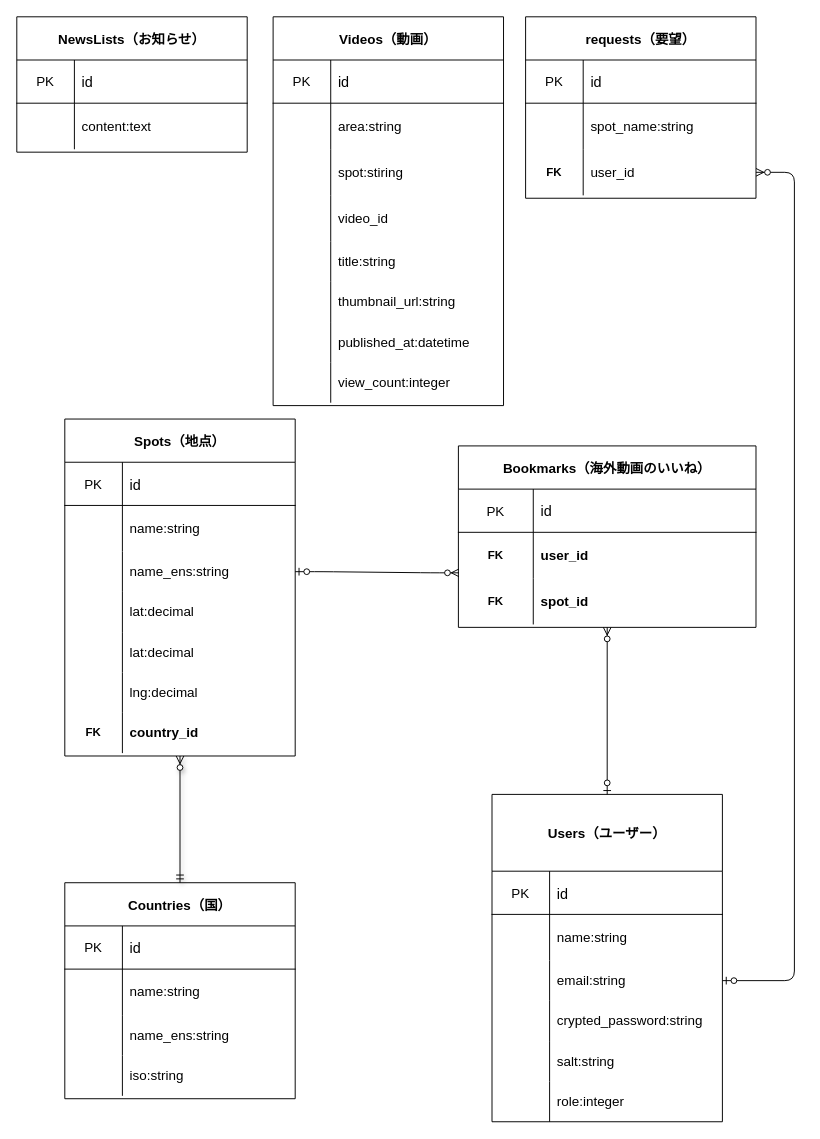
The draw.io diagram er.drawio in O-H-K-N/waik-tour-rails, before the edit. Source tidied: cells renumbered, new cells numbered last; positions are measured from the earlier drawing's top-left corner, leaving out a move shared by most shapes. Both pictures are drawn from the tidied source at 96%, with x=0, y=0 at pixel (16, 16).
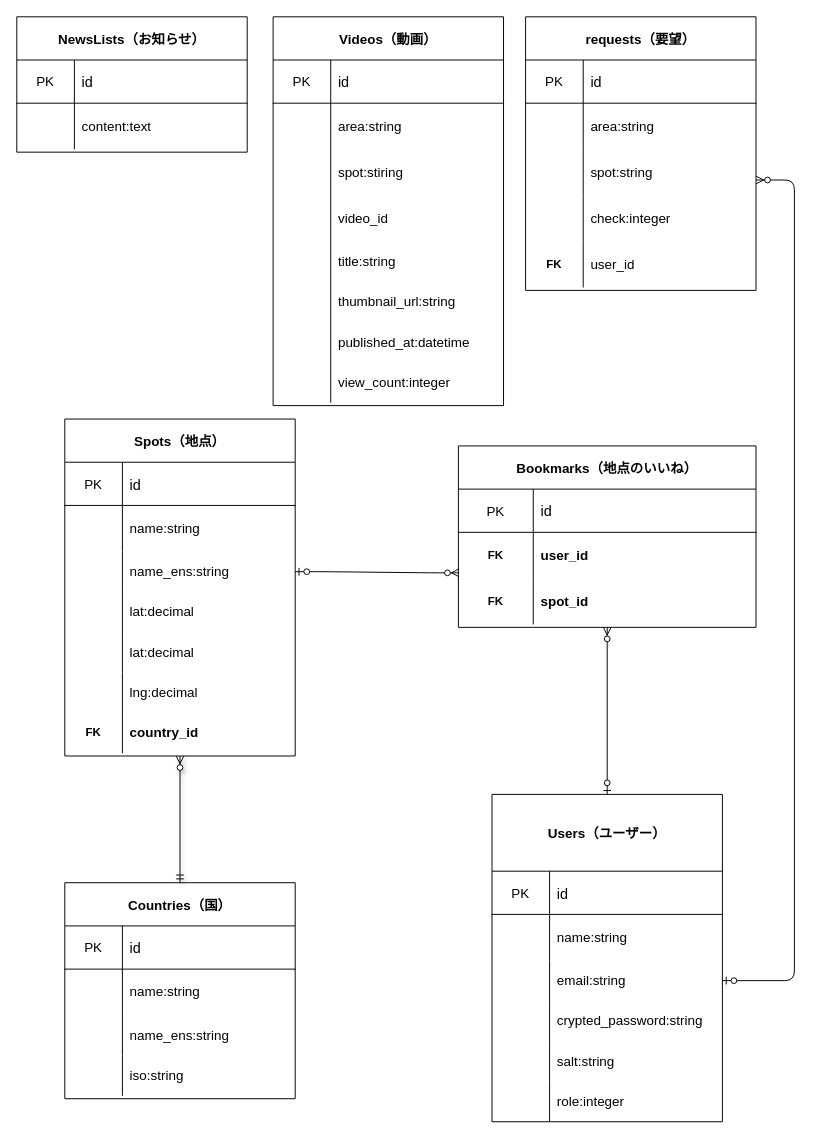
Above is the later version.

The change refers to these unchanged cells:
```xml
<mxCell id="9" style="shape=partialRectangle;html=1;whiteSpace=wrap;fillColor=none;top=0;left=0;bottom=0;right=0;points=[[0,0.5],[1,0.5]];portConstraint=eastwest;" parent="2" vertex="1">
  <mxGeometry y="173" width="240" height="42" as="geometry" />
</mxCell>
```

What changed in the source:
```diff
@@
-    <mxCell id="88" value="Bookmarks（海外動画のいいね）" style="shape=table;startSize=45;childLayout=tableLayout;rowLines=0;fontStyle=1;align=center;fontSize=14;strokeWidth=1;" parent="1" vertex="1">
+    <mxCell id="88" value="Bookmarks（地点のいいね）" style="shape=table;startSize=45;childLayout=tableLayout;rowLines=0;fontStyle=1;align=center;fontSize=14;strokeWidth=1;" parent="1" vertex="1">
       <mxGeometry x="460" y="447" width="310" height="189" as="geometry" />
     </mxCell>
@@
     <mxCell id="101" value="requests（要望）" style="shape=table;startSize=45;childLayout=tableLayout;rowLines=0;fontStyle=1;align=center;fontSize=14;strokeWidth=1;" parent="1" vertex="1">
-      <mxGeometry x="530" width="240" height="189" as="geometry" />
+      <mxGeometry x="530" width="240" height="285" as="geometry" />
     </mxCell>
@@
+    <mxCell id="112" style="shape=partialRectangle;html=1;whiteSpace=wrap;fillColor=none;top=0;left=0;bottom=0;right=0;" parent="101" vertex="1">
+      <mxGeometry y="90" width="240" height="48" as="geometry" />
+    </mxCell>
+    <mxCell id="113" style="shape=partialRectangle;html=1;whiteSpace=wrap;fillColor=none;top=0;left=0;bottom=0;right=0;overflow=hidden;" parent="112" vertex="1">
+      <mxGeometry width="60" height="48" as="geometry" />
+    </mxCell>
+    <mxCell id="114" value="area:string" style="shape=partialRectangle;html=1;whiteSpace=wrap;fillColor=none;top=0;left=0;bottom=0;right=0;align=left;spacingLeft=6;overflow=hidden;fontSize=14;" parent="112" vertex="1">
+      <mxGeometry x="60" width="180" height="48" as="geometry" />
+    </mxCell>
     <mxCell id="105" style="shape=partialRectangle;html=1;whiteSpace=wrap;fillColor=none;top=0;left=0;bottom=0;right=0;" parent="101" vertex="1">
-      <mxGeometry y="90" width="240" height="48" as="geometry" />
+      <mxGeometry y="138" width="240" height="48" as="geometry" />
     </mxCell>
@@
-    <mxCell id="107" value="spot_name:string" style="shape=partialRectangle;html=1;whiteSpace=wrap;fillColor=none;top=0;left=0;bottom=0;right=0;align=left;spacingLeft=6;overflow=hidden;fontSize=14;" parent="105" vertex="1">
+    <mxCell id="107" value="spot:string" style="shape=partialRectangle;html=1;whiteSpace=wrap;fillColor=none;top=0;left=0;bottom=0;right=0;align=left;spacingLeft=6;overflow=hidden;fontSize=14;" parent="105" vertex="1">
       <mxGeometry x="60" width="180" height="48" as="geometry" />
     </mxCell>
+    <mxCell id="115" style="shape=partialRectangle;html=1;whiteSpace=wrap;fillColor=none;top=0;left=0;bottom=0;right=0;" parent="101" vertex="1">
+      <mxGeometry y="186" width="240" height="48" as="geometry" />
+    </mxCell>
+    <mxCell id="116" style="shape=partialRectangle;html=1;whiteSpace=wrap;fillColor=none;top=0;left=0;bottom=0;right=0;overflow=hidden;" parent="115" vertex="1">
+      <mxGeometry width="60" height="48" as="geometry" />
+    </mxCell>
+    <mxCell id="117" value="check:integer" style="shape=partialRectangle;html=1;whiteSpace=wrap;fillColor=none;top=0;left=0;bottom=0;right=0;align=left;spacingLeft=6;overflow=hidden;fontSize=14;" parent="115" vertex="1">
+      <mxGeometry x="60" width="180" height="48" as="geometry" />
+    </mxCell>
     <mxCell id="108" style="shape=partialRectangle;html=1;whiteSpace=wrap;fillColor=none;top=0;left=0;bottom=0;right=0;points=[[0,0.5],[1,0.5]];portConstraint=eastwest;" parent="101" vertex="1">
-      <mxGeometry y="138" width="240" height="48" as="geometry" />
+      <mxGeometry y="234" width="240" height="48" as="geometry" />
     </mxCell>
@@
-    <mxCell id="111" style="fontSize=12;html=1;endArrow=ERzeroToMany;startArrow=ERzeroToOne;exitX=1;exitY=0.5;exitDx=0;exitDy=0;edgeStyle=orthogonalEdgeStyle;entryX=1;entryY=0.5;entryDx=0;entryDy=0;" parent="1" edge="1" source="9" target="108">
+    <mxCell id="111" style="fontSize=12;html=1;endArrow=ERzeroToMany;startArrow=ERzeroToOne;exitX=1;exitY=0.5;exitDx=0;exitDy=0;edgeStyle=orthogonalEdgeStyle;" parent="1" edge="1" source="9">
       <mxGeometry relative="1" as="geometry">
+        <mxPoint x="770" y="170" as="targetPoint" />
         <Array as="points">
           <mxPoint x="810" y="1004" />
-          <mxPoint x="810" y="162" />
+          <mxPoint x="810" y="170" />
         </Array>
       </mxGeometry>
     </mxCell>
```
